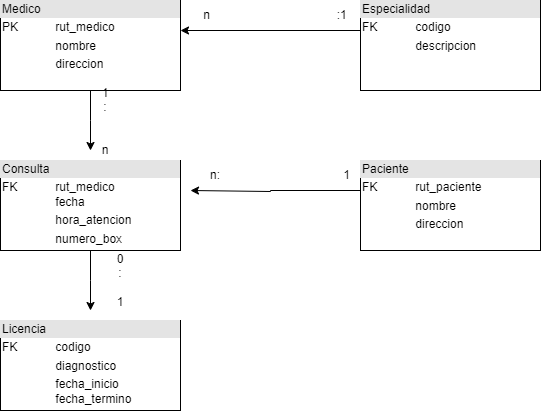
G7-Full-Stack-Java-Trainee-0057/M3-Bases_de_Datos keeps this draw.io diagram as EnzoFlores/DesafioModeloEntidadRelacion.png. Above is the earlier version. Source tidied: cells renumbered, new cells last; positions are measured from the earlier drawing's top-left corner, leaving out a move shared by most shapes.
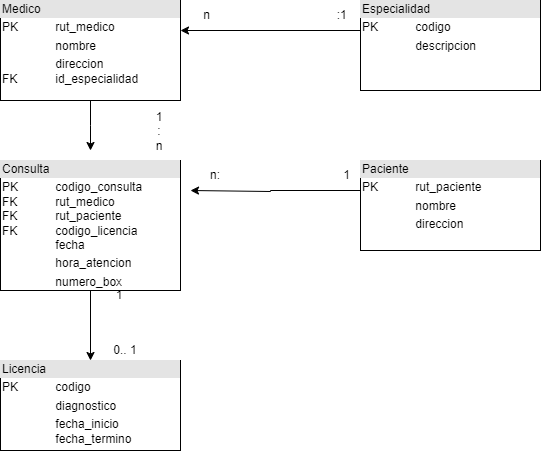
The same diagram one commit later.

Commit message:
Correcciones sugeridas

What changed in the source:
```diff
@@ -7,8 +7,8 @@
         <mxPoint x="90" y="150" as="targetPoint" />
       </mxGeometry>
     </mxCell>
-    <mxCell id="3" value="&lt;div style=&quot;box-sizing:border-box;width:100%;background:#e4e4e4;padding:2px;&quot;&gt;Medico&lt;/div&gt;&lt;table style=&quot;width:100%;font-size:1em;&quot; cellpadding=&quot;2&quot; cellspacing=&quot;0&quot;&gt;&lt;tbody&gt;&lt;tr&gt;&lt;td&gt;PK&lt;span style=&quot;white-space: pre;&quot;&gt;&#9;&lt;/span&gt;&lt;span style=&quot;white-space: pre;&quot;&gt;&#9;&lt;/span&gt;rut_medico&lt;/td&gt;&lt;td&gt;&lt;/td&gt;&lt;/tr&gt;&lt;tr&gt;&lt;td&gt;&lt;span style=&quot;white-space: pre;&quot;&gt;&#9;&lt;/span&gt;&lt;span style=&quot;white-space: pre;&quot;&gt;&#9;&lt;/span&gt;nombre&lt;/td&gt;&lt;td&gt;&lt;br&gt;&lt;/td&gt;&lt;/tr&gt;&lt;tr&gt;&lt;td&gt;&lt;span style=&quot;white-space: pre;&quot;&gt;&#9;&lt;/span&gt;&lt;span style=&quot;white-space: pre;&quot;&gt;&#9;&lt;/span&gt;direccion&lt;/td&gt;&lt;td&gt;&lt;/td&gt;&lt;/tr&gt;&lt;/tbody&gt;&lt;/table&gt;" style="verticalAlign=top;align=left;overflow=fill;html=1;whiteSpace=wrap;" parent="1" vertex="1">
-      <mxGeometry width="180" height="90" as="geometry" />
+    <mxCell id="3" value="&lt;div style=&quot;box-sizing:border-box;width:100%;background:#e4e4e4;padding:2px;&quot;&gt;Medico&lt;/div&gt;&lt;table style=&quot;width:100%;font-size:1em;&quot; cellpadding=&quot;2&quot; cellspacing=&quot;0&quot;&gt;&lt;tbody&gt;&lt;tr&gt;&lt;td&gt;PK&lt;span style=&quot;white-space: pre;&quot;&gt;&#9;&lt;/span&gt;&lt;span style=&quot;white-space: pre;&quot;&gt;&#9;&lt;/span&gt;rut_medico&lt;/td&gt;&lt;td&gt;&lt;/td&gt;&lt;/tr&gt;&lt;tr&gt;&lt;td&gt;&lt;span style=&quot;white-space: pre;&quot;&gt;&#9;&lt;/span&gt;&lt;span style=&quot;white-space: pre;&quot;&gt;&#9;&lt;/span&gt;nombre&lt;/td&gt;&lt;td&gt;&lt;br&gt;&lt;/td&gt;&lt;/tr&gt;&lt;tr&gt;&lt;td&gt;&lt;span style=&quot;white-space: pre;&quot;&gt;&#9;&lt;/span&gt;&lt;span style=&quot;white-space: pre;&quot;&gt;&#9;&lt;/span&gt;direccion&lt;br&gt;FK&lt;span style=&quot;white-space: pre;&quot;&gt;&#9;&lt;/span&gt;&lt;span style=&quot;white-space: pre;&quot;&gt;&#9;&lt;/span&gt;id_especialidad&lt;br&gt;&lt;/td&gt;&lt;td&gt;&lt;/td&gt;&lt;/tr&gt;&lt;/tbody&gt;&lt;/table&gt;" style="verticalAlign=top;align=left;overflow=fill;html=1;whiteSpace=wrap;" parent="1" vertex="1">
+      <mxGeometry width="180" height="100" as="geometry" />
     </mxCell>
     <mxCell id="4" style="edgeStyle=orthogonalEdgeStyle;rounded=0;orthogonalLoop=1;jettySize=auto;html=1;entryX=1;entryY=0.5;entryDx=0;entryDy=0;" parent="1" edge="1">
       <mxGeometry relative="1" as="geometry">
@@ -16,16 +16,14 @@
         <mxPoint x="180" y="30" as="targetPoint" />
       </mxGeometry>
     </mxCell>
-    <mxCell id="5" value="&lt;div style=&quot;box-sizing:border-box;width:100%;background:#e4e4e4;padding:2px;&quot;&gt;Especialidad&lt;/div&gt;&lt;table style=&quot;width:100%;font-size:1em;&quot; cellpadding=&quot;2&quot; cellspacing=&quot;0&quot;&gt;&lt;tbody&gt;&lt;tr&gt;&lt;td&gt;FK&lt;span style=&quot;white-space: pre;&quot;&gt;&#9;&lt;/span&gt;&lt;span style=&quot;white-space: pre;&quot;&gt;&#9;&lt;/span&gt;codigo&lt;/td&gt;&lt;td&gt;&lt;/td&gt;&lt;/tr&gt;&lt;tr&gt;&lt;td&gt;&lt;span style=&quot;white-space: pre;&quot;&gt;&#9;&lt;/span&gt;&lt;span style=&quot;white-space: pre;&quot;&gt;&#9;&lt;/span&gt;descripcion&lt;/td&gt;&lt;td&gt;&lt;br&gt;&lt;/td&gt;&lt;/tr&gt;&lt;tr&gt;&lt;td&gt;&lt;span style=&quot;white-space: pre;&quot;&gt;&#9;&lt;/span&gt;&lt;span style=&quot;white-space: pre;&quot;&gt;&#9;&lt;/span&gt;&lt;/td&gt;&lt;td&gt;&lt;/td&gt;&lt;/tr&gt;&lt;/tbody&gt;&lt;/table&gt;" style="verticalAlign=top;align=left;overflow=fill;html=1;whiteSpace=wrap;" parent="1" vertex="1">
+    <mxCell id="5" value="&lt;div style=&quot;box-sizing:border-box;width:100%;background:#e4e4e4;padding:2px;&quot;&gt;Especialidad&lt;/div&gt;&lt;table style=&quot;width:100%;font-size:1em;&quot; cellpadding=&quot;2&quot; cellspacing=&quot;0&quot;&gt;&lt;tbody&gt;&lt;tr&gt;&lt;td&gt;PK&lt;span style=&quot;white-space: pre;&quot;&gt;&#9;&lt;/span&gt;&lt;span style=&quot;white-space: pre;&quot;&gt;&#9;&lt;/span&gt;codigo&lt;/td&gt;&lt;td&gt;&lt;/td&gt;&lt;/tr&gt;&lt;tr&gt;&lt;td&gt;&lt;span style=&quot;white-space: pre;&quot;&gt;&#9;&lt;/span&gt;&lt;span style=&quot;white-space: pre;&quot;&gt;&#9;&lt;/span&gt;descripcion&lt;/td&gt;&lt;td&gt;&lt;br&gt;&lt;/td&gt;&lt;/tr&gt;&lt;tr&gt;&lt;td&gt;&lt;span style=&quot;white-space: pre;&quot;&gt;&#9;&lt;/span&gt;&lt;span style=&quot;white-space: pre;&quot;&gt;&#9;&lt;/span&gt;&lt;/td&gt;&lt;td&gt;&lt;/td&gt;&lt;/tr&gt;&lt;/tbody&gt;&lt;/table&gt;" style="verticalAlign=top;align=left;overflow=fill;html=1;whiteSpace=wrap;" parent="1" vertex="1">
       <mxGeometry x="360" width="180" height="90" as="geometry" />
     </mxCell>
-    <mxCell id="6" style="edgeStyle=orthogonalEdgeStyle;rounded=0;jettySize=auto;html=1;" parent="1" edge="1" source="7">
-      <mxGeometry relative="1" as="geometry">
-        <mxPoint x="90" y="310" as="targetPoint" />
-      </mxGeometry>
-    </mxCell>
+    <mxCell id="15" style="edgeStyle=orthogonalEdgeStyle;rounded=0;jettySize=auto;html=1;" parent="1" edge="1" source="7" target="10">
+      <mxGeometry relative="1" as="geometry" />
+    </mxCell>
-    <mxCell id="7" value="&lt;div style=&quot;box-sizing:border-box;width:100%;background:#e4e4e4;padding:2px;&quot;&gt;Consulta&lt;/div&gt;&lt;table style=&quot;width:100%;font-size:1em;&quot; cellpadding=&quot;2&quot; cellspacing=&quot;0&quot;&gt;&lt;tbody&gt;&lt;tr&gt;&lt;td&gt;FK&lt;span style=&quot;white-space: pre;&quot;&gt;&#9;&lt;/span&gt;&lt;span style=&quot;white-space: pre;&quot;&gt;&#9;&lt;/span&gt;rut_medico&lt;br&gt;&lt;span style=&quot;white-space: pre;&quot;&gt;&#9;&lt;/span&gt;&lt;span style=&quot;white-space: pre;&quot;&gt;&#9;&lt;/span&gt;fecha&lt;/td&gt;&lt;td&gt;&lt;/td&gt;&lt;/tr&gt;&lt;tr&gt;&lt;td&gt;&lt;span style=&quot;white-space: pre;&quot;&gt;&#9;&lt;/span&gt;&lt;span style=&quot;white-space: pre;&quot;&gt;&#9;&lt;/span&gt;hora_atencion&lt;/td&gt;&lt;td&gt;&lt;br&gt;&lt;/td&gt;&lt;/tr&gt;&lt;tr&gt;&lt;td&gt;&lt;span style=&quot;white-space: pre;&quot;&gt;&#9;&lt;/span&gt;&lt;span style=&quot;white-space: pre;&quot;&gt;&#9;&lt;/span&gt;numero_box&lt;/td&gt;&lt;td&gt;&lt;/td&gt;&lt;/tr&gt;&lt;/tbody&gt;&lt;/table&gt;" style="verticalAlign=top;align=left;overflow=fill;html=1;whiteSpace=wrap;" parent="1" vertex="1">
-      <mxGeometry y="160" width="180" height="90" as="geometry" />
+    <mxCell id="7" value="&lt;div style=&quot;box-sizing:border-box;width:100%;background:#e4e4e4;padding:2px;&quot;&gt;Consulta&lt;/div&gt;&lt;table style=&quot;width:100%;font-size:1em;&quot; cellpadding=&quot;2&quot; cellspacing=&quot;0&quot;&gt;&lt;tbody&gt;&lt;tr&gt;&lt;td&gt;PK&lt;span style=&quot;white-space: pre;&quot;&gt;&#9;&lt;/span&gt;&lt;span style=&quot;white-space: pre;&quot;&gt;&#9;&lt;/span&gt;codigo_consulta&lt;br&gt;FK&lt;span style=&quot;white-space: pre;&quot;&gt;&#9;&lt;/span&gt;&lt;span style=&quot;white-space: pre;&quot;&gt;&#9;&lt;/span&gt;rut_medico&lt;br&gt;FK&lt;span style=&quot;white-space: pre;&quot;&gt;&#9;&lt;/span&gt;&lt;span style=&quot;white-space: pre;&quot;&gt;&#9;&lt;/span&gt;rut_paciente&lt;br&gt;FK&lt;span style=&quot;white-space: pre;&quot;&gt;&#9;&lt;/span&gt;&lt;span style=&quot;white-space: pre;&quot;&gt;&#9;&lt;/span&gt;codigo_licencia&lt;br&gt;&lt;span style=&quot;white-space: pre;&quot;&gt;&#9;&lt;/span&gt;&lt;span style=&quot;white-space: pre;&quot;&gt;&#9;&lt;/span&gt;fecha&lt;/td&gt;&lt;td&gt;&lt;/td&gt;&lt;/tr&gt;&lt;tr&gt;&lt;td&gt;&lt;span style=&quot;white-space: pre;&quot;&gt;&#9;&lt;/span&gt;&lt;span style=&quot;white-space: pre;&quot;&gt;&#9;&lt;/span&gt;hora_atencion&lt;/td&gt;&lt;td&gt;&lt;br&gt;&lt;/td&gt;&lt;/tr&gt;&lt;tr&gt;&lt;td&gt;&lt;span style=&quot;white-space: pre;&quot;&gt;&#9;&lt;/span&gt;&lt;span style=&quot;white-space: pre;&quot;&gt;&#9;&lt;/span&gt;numero_box&lt;/td&gt;&lt;td&gt;&lt;/td&gt;&lt;/tr&gt;&lt;/tbody&gt;&lt;/table&gt;" style="verticalAlign=top;align=left;overflow=fill;html=1;whiteSpace=wrap;" parent="1" vertex="1">
+      <mxGeometry y="160" width="180" height="130" as="geometry" />
     </mxCell>
     <mxCell id="8" style="edgeStyle=orthogonalEdgeStyle;rounded=0;orthogonalLoop=1;jettySize=auto;html=1;" parent="1" edge="1">
       <mxGeometry relative="1" as="geometry">
@@ -37,23 +35,26 @@
         </Array>
       </mxGeometry>
     </mxCell>
-    <mxCell id="9" value="&lt;div style=&quot;box-sizing:border-box;width:100%;background:#e4e4e4;padding:2px;&quot;&gt;Paciente&lt;/div&gt;&lt;table style=&quot;width:100%;font-size:1em;&quot; cellpadding=&quot;2&quot; cellspacing=&quot;0&quot;&gt;&lt;tbody&gt;&lt;tr&gt;&lt;td&gt;FK&lt;span style=&quot;white-space: pre;&quot;&gt;&#9;&lt;/span&gt;&lt;span style=&quot;white-space: pre;&quot;&gt;&#9;&lt;/span&gt;rut_paciente&lt;/td&gt;&lt;td&gt;&lt;/td&gt;&lt;/tr&gt;&lt;tr&gt;&lt;td&gt;&lt;span style=&quot;white-space: pre;&quot;&gt;&#9;&lt;/span&gt;&lt;span style=&quot;white-space: pre;&quot;&gt;&#9;&lt;/span&gt;nombre&lt;/td&gt;&lt;td&gt;&lt;br&gt;&lt;/td&gt;&lt;/tr&gt;&lt;tr&gt;&lt;td&gt;&lt;span style=&quot;white-space: pre;&quot;&gt;&#9;&lt;/span&gt;&lt;span style=&quot;white-space: pre;&quot;&gt;&#9;&lt;/span&gt;direccion&lt;/td&gt;&lt;td&gt;&lt;/td&gt;&lt;/tr&gt;&lt;/tbody&gt;&lt;/table&gt;" style="verticalAlign=top;align=left;overflow=fill;html=1;whiteSpace=wrap;" parent="1" vertex="1">
+    <mxCell id="9" value="&lt;div style=&quot;box-sizing:border-box;width:100%;background:#e4e4e4;padding:2px;&quot;&gt;Paciente&lt;/div&gt;&lt;table style=&quot;width:100%;font-size:1em;&quot; cellpadding=&quot;2&quot; cellspacing=&quot;0&quot;&gt;&lt;tbody&gt;&lt;tr&gt;&lt;td&gt;PK&lt;span style=&quot;white-space: pre;&quot;&gt;&#9;&lt;/span&gt;&lt;span style=&quot;white-space: pre;&quot;&gt;&#9;&lt;/span&gt;rut_paciente&lt;/td&gt;&lt;td&gt;&lt;/td&gt;&lt;/tr&gt;&lt;tr&gt;&lt;td&gt;&lt;span style=&quot;white-space: pre;&quot;&gt;&#9;&lt;/span&gt;&lt;span style=&quot;white-space: pre;&quot;&gt;&#9;&lt;/span&gt;nombre&lt;/td&gt;&lt;td&gt;&lt;br&gt;&lt;/td&gt;&lt;/tr&gt;&lt;tr&gt;&lt;td&gt;&lt;span style=&quot;white-space: pre;&quot;&gt;&#9;&lt;/span&gt;&lt;span style=&quot;white-space: pre;&quot;&gt;&#9;&lt;/span&gt;direccion&lt;/td&gt;&lt;td&gt;&lt;/td&gt;&lt;/tr&gt;&lt;/tbody&gt;&lt;/table&gt;" style="verticalAlign=top;align=left;overflow=fill;html=1;whiteSpace=wrap;" parent="1" vertex="1">
       <mxGeometry x="360" y="160" width="180" height="90" as="geometry" />
     </mxCell>
-    <mxCell id="10" value="&lt;div style=&quot;box-sizing:border-box;width:100%;background:#e4e4e4;padding:2px;&quot;&gt;Licencia&lt;/div&gt;&lt;table style=&quot;width:100%;font-size:1em;&quot; cellpadding=&quot;2&quot; cellspacing=&quot;0&quot;&gt;&lt;tbody&gt;&lt;tr&gt;&lt;td&gt;FK&lt;span style=&quot;white-space: pre;&quot;&gt;&#9;&lt;/span&gt;&lt;span style=&quot;white-space: pre;&quot;&gt;&#9;&lt;/span&gt;codigo&lt;/td&gt;&lt;td&gt;&lt;/td&gt;&lt;/tr&gt;&lt;tr&gt;&lt;td&gt;&lt;span style=&quot;white-space: pre;&quot;&gt;&#9;&lt;/span&gt;&lt;span style=&quot;white-space: pre;&quot;&gt;&#9;&lt;/span&gt;diagnostico&lt;/td&gt;&lt;td&gt;&lt;br&gt;&lt;/td&gt;&lt;/tr&gt;&lt;tr&gt;&lt;td&gt;&lt;span style=&quot;white-space: pre;&quot;&gt;&#9;&lt;/span&gt;&lt;span style=&quot;white-space: pre;&quot;&gt;&#9;&lt;/span&gt;fecha_inicio&lt;br&gt;&lt;span style=&quot;white-space: pre;&quot;&gt;&#9;&lt;/span&gt;&lt;span style=&quot;white-space: pre;&quot;&gt;&#9;&lt;/span&gt;fecha_termino&lt;br&gt;&lt;/td&gt;&lt;td&gt;&lt;/td&gt;&lt;/tr&gt;&lt;/tbody&gt;&lt;/table&gt;" style="verticalAlign=top;align=left;overflow=fill;html=1;whiteSpace=wrap;" parent="1" vertex="1">
-      <mxGeometry y="320" width="180" height="90" as="geometry" />
+    <mxCell id="10" value="&lt;div style=&quot;box-sizing:border-box;width:100%;background:#e4e4e4;padding:2px;&quot;&gt;Licencia&lt;/div&gt;&lt;table style=&quot;width:100%;font-size:1em;&quot; cellpadding=&quot;2&quot; cellspacing=&quot;0&quot;&gt;&lt;tbody&gt;&lt;tr&gt;&lt;td&gt;PK&lt;span style=&quot;white-space: pre;&quot;&gt;&#9;&lt;/span&gt;&lt;span style=&quot;white-space: pre;&quot;&gt;&#9;&lt;/span&gt;codigo&lt;/td&gt;&lt;td&gt;&lt;/td&gt;&lt;/tr&gt;&lt;tr&gt;&lt;td&gt;&lt;span style=&quot;white-space: pre;&quot;&gt;&#9;&lt;/span&gt;&lt;span style=&quot;white-space: pre;&quot;&gt;&#9;&lt;/span&gt;diagnostico&lt;/td&gt;&lt;td&gt;&lt;br&gt;&lt;/td&gt;&lt;/tr&gt;&lt;tr&gt;&lt;td&gt;&lt;span style=&quot;white-space: pre;&quot;&gt;&#9;&lt;/span&gt;&lt;span style=&quot;white-space: pre;&quot;&gt;&#9;&lt;/span&gt;fecha_inicio&lt;br&gt;&lt;span style=&quot;white-space: pre;&quot;&gt;&#9;&lt;/span&gt;&lt;span style=&quot;white-space: pre;&quot;&gt;&#9;&lt;/span&gt;fecha_termino&lt;br&gt;&lt;/td&gt;&lt;td&gt;&lt;/td&gt;&lt;/tr&gt;&lt;/tbody&gt;&lt;/table&gt;" style="verticalAlign=top;align=left;overflow=fill;html=1;whiteSpace=wrap;" parent="1" vertex="1">
+      <mxGeometry y="360" width="180" height="90" as="geometry" />
     </mxCell>
     <mxCell id="11" value="n&lt;span style=&quot;white-space: pre;&quot;&gt;&#9;&lt;span style=&quot;white-space: pre;&quot;&gt;&#9;&lt;/span&gt;&lt;span style=&quot;white-space: pre;&quot;&gt;&#9;&lt;/span&gt;&lt;span style=&quot;white-space: pre;&quot;&gt;&#9;&lt;/span&gt;&lt;span style=&quot;white-space: pre;&quot;&gt;&#9;&lt;/span&gt;&lt;/span&gt;:1" style="text;strokeColor=none;align=center;fillColor=none;html=1;verticalAlign=middle;whiteSpace=wrap;rounded=0;" parent="1" vertex="1">
       <mxGeometry x="190" width="170" height="30" as="geometry" />
     </mxCell>
-    <mxCell id="12" value="1&lt;br&gt;:&lt;br&gt;&lt;br&gt;&lt;div&gt;&lt;br&gt;&lt;/div&gt;&lt;div&gt;n&lt;/div&gt;" style="text;strokeColor=none;align=center;fillColor=none;html=1;verticalAlign=middle;whiteSpace=wrap;rounded=0;" parent="1" vertex="1">
-      <mxGeometry x="80" y="76" width="50" height="89" as="geometry" />
+    <mxCell id="12" value="1&lt;br&gt;:&lt;br&gt;&lt;div&gt;n&lt;/div&gt;" style="text;strokeColor=none;align=center;fillColor=none;html=1;verticalAlign=middle;whiteSpace=wrap;rounded=0;" parent="1" vertex="1">
+      <mxGeometry x="119" y="111" width="80" height="40" as="geometry" />
     </mxCell>
-    <mxCell id="13" value="0&lt;br&gt;:&lt;br&gt;&lt;br&gt;&lt;div&gt;1&lt;/div&gt;" style="text;strokeColor=none;align=center;fillColor=none;html=1;verticalAlign=middle;whiteSpace=wrap;rounded=0;" parent="1" vertex="1">
-      <mxGeometry x="90" y="260" width="60" height="40" as="geometry" />
-    </mxCell>
     <mxCell id="14" value="n:&lt;span style=&quot;white-space: pre;&quot;&gt;&#9;&lt;/span&gt;&lt;span style=&quot;white-space: pre;&quot;&gt;&#9;&lt;/span&gt;&lt;span style=&quot;white-space: pre;&quot;&gt;&#9;&lt;/span&gt;&lt;span style=&quot;white-space: pre;&quot;&gt;&#9;&lt;/span&gt;&lt;span style=&quot;white-space: pre;&quot;&gt;&#9;&lt;/span&gt;1" style="text;strokeColor=none;align=center;fillColor=none;html=1;verticalAlign=middle;whiteSpace=wrap;rounded=0;" parent="1" vertex="1">
       <mxGeometry x="200" y="160" width="160" height="30" as="geometry" />
     </mxCell>
+    <mxCell id="16" value="0.. 1" style="text;strokeColor=none;align=center;fillColor=none;html=1;verticalAlign=middle;whiteSpace=wrap;rounded=0;" parent="1" vertex="1">
+      <mxGeometry x="100" y="300" width="50" height="100" as="geometry" />
+    </mxCell>
+    <mxCell id="17" value="&amp;nbsp;1" style="text;strokeColor=none;align=center;fillColor=none;html=1;verticalAlign=middle;whiteSpace=wrap;rounded=0;" parent="1" vertex="1">
+      <mxGeometry x="100" y="270" width="35" height="50" as="geometry" />
+    </mxCell>
   </root>
 </mxGraphModel>
```
